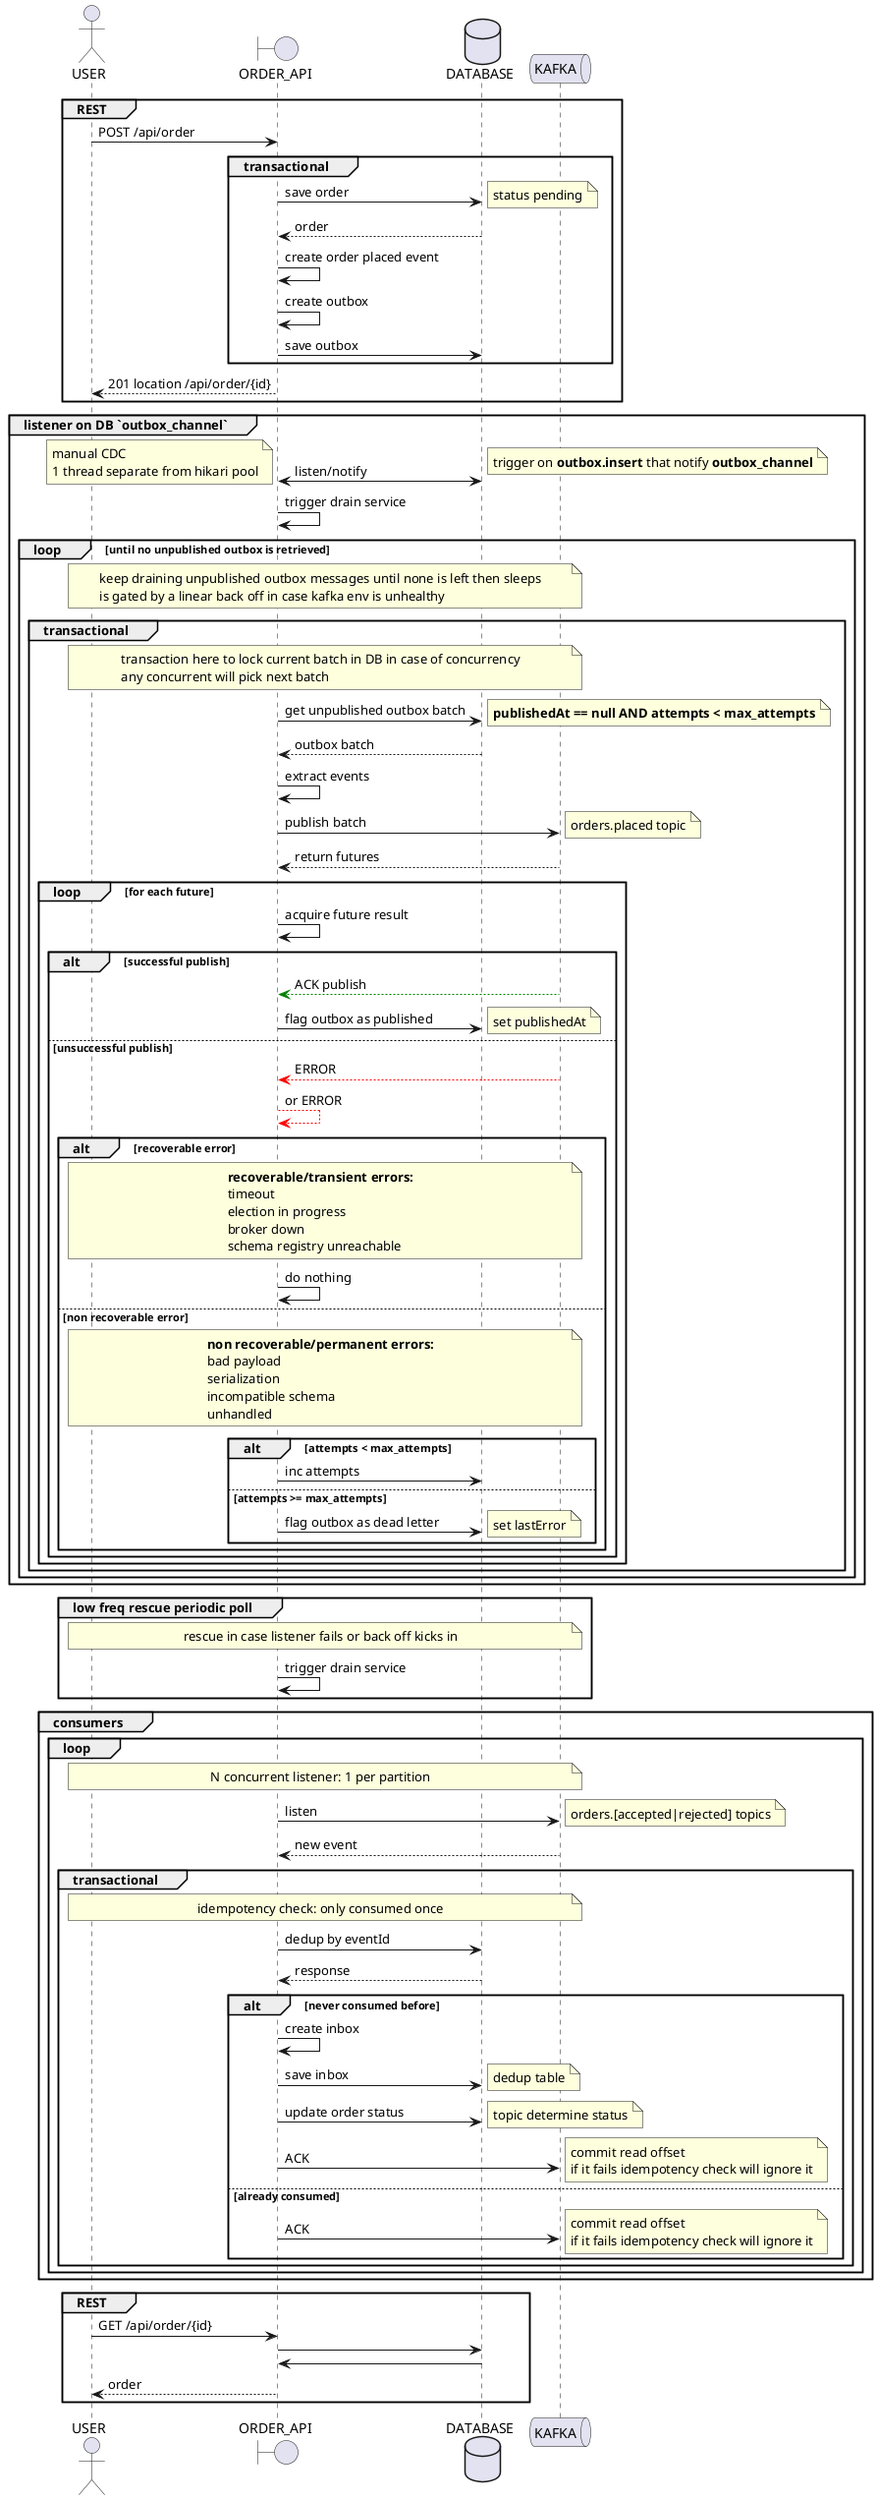
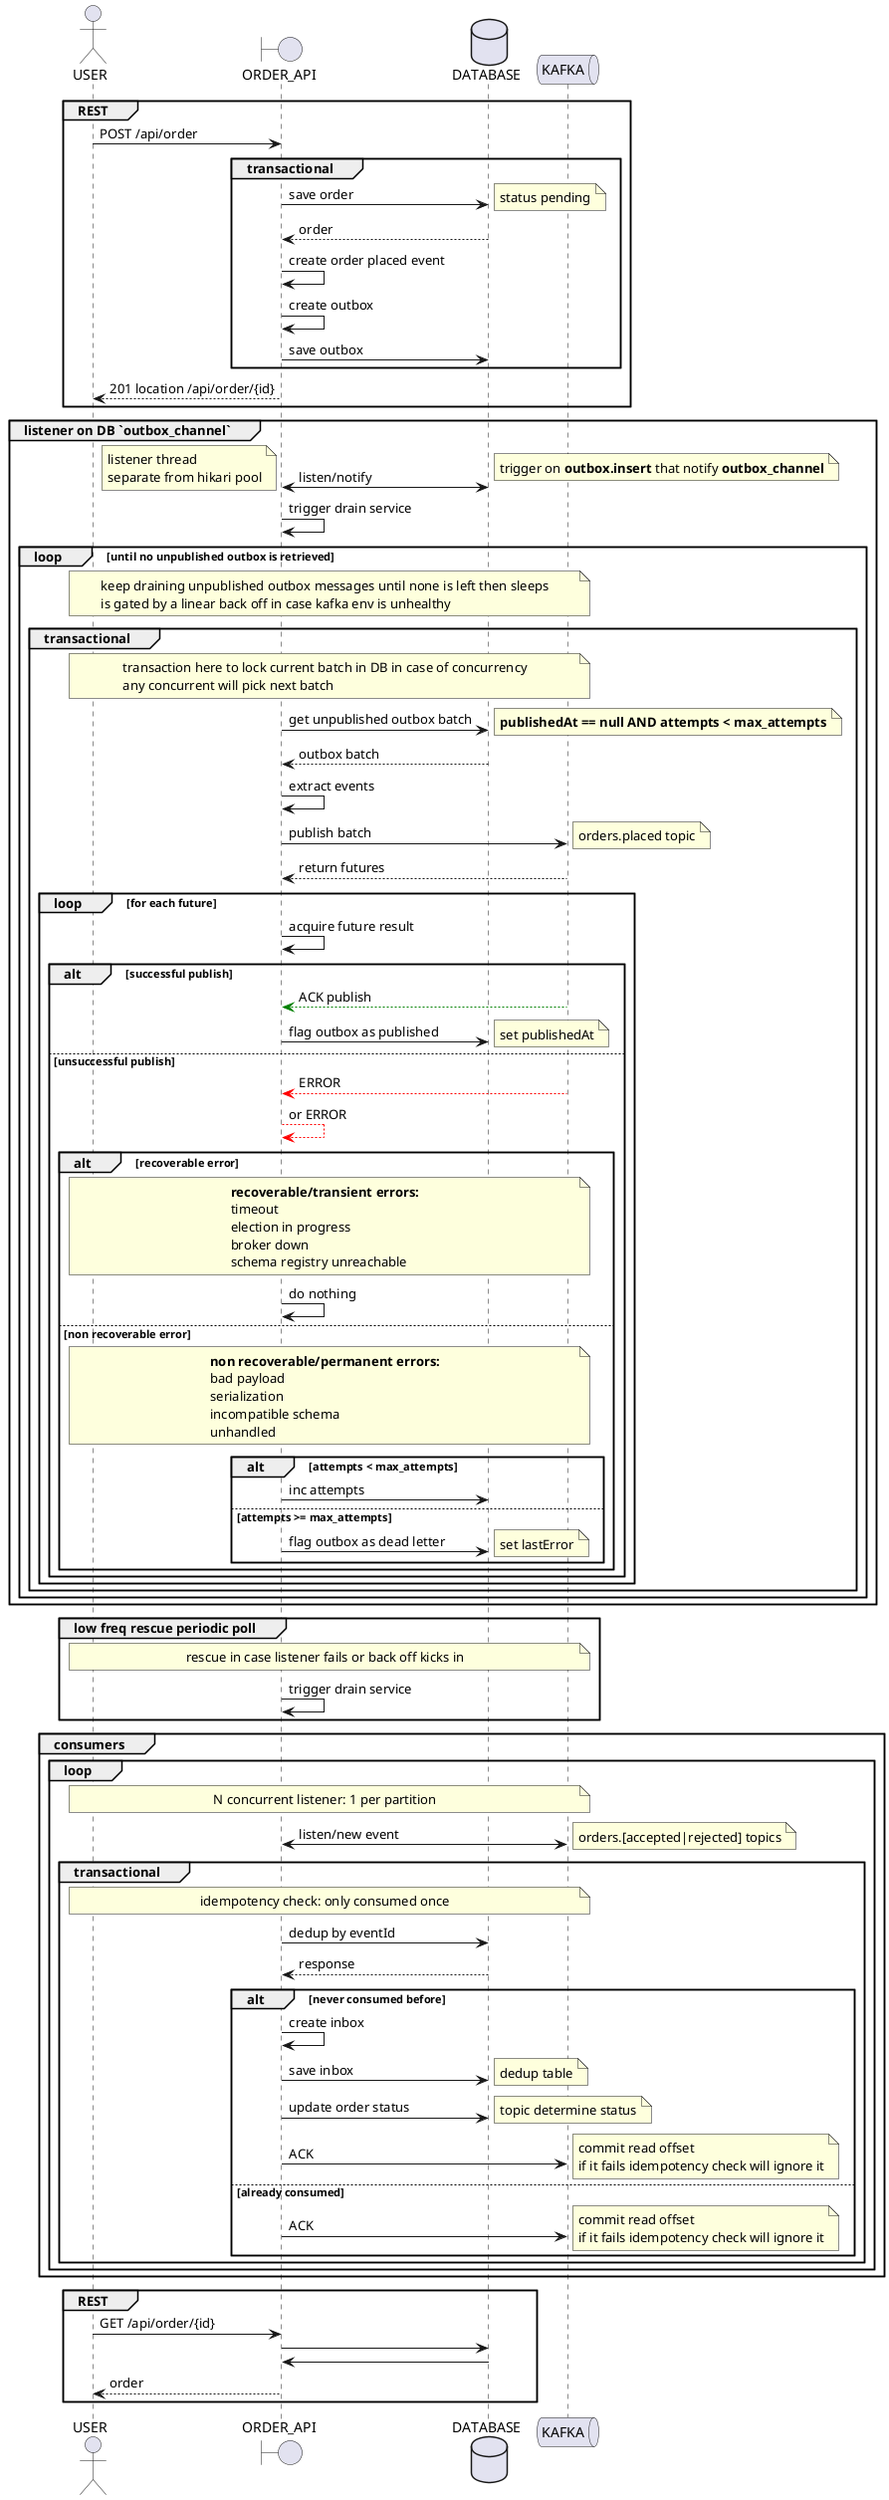
@startuml
actor USER as U
boundary ORDER_API as API
database DATABASE as DB
queue KAFKA as K

group REST
    U -> API: POST /api/order
    group transactional
        API -> DB: save order
        note right: status pending
        DB --> API: order
        API -> API: create order placed event
        API -> API: create outbox
        API -> DB: save outbox
    end
    API --> U: 201 location /api/order/{id}
end

group listener on DB `outbox_channel`
    API <-> DB: listen/notify
-     note left: manual CDC\n1 thread separate from hikari pool
+     note left: listener thread\nseparate from hikari pool
    note right: trigger on **outbox.insert** that notify **outbox_channel**
    API -> API: trigger drain service
    loop until no unpublished outbox is retrieved
        note across: keep draining unpublished outbox messages until none is left then sleeps\nis gated by a linear back off in case kafka env is unhealthy
        group transactional
            note across: transaction here to lock current batch in DB in case of concurrency\nany concurrent will pick next batch
            API -> DB: get unpublished outbox batch
            note right: **publishedAt == null AND attempts < max_attempts**
            DB --> API: outbox batch
            API -> API: extract events
            API -> K: publish batch
            note right: orders.placed topic
            K --> API: return futures
            loop for each future
                API -> API: acquire future result
                alt successful publish
                    K -[#green]-> API: ACK publish
                    API -> DB: flag outbox as published
                    note right: set publishedAt
                else unsuccessful publish
                    K -[#red]-> API: ERROR
                    API -[#red]-> API: or ERROR
                    alt recoverable error
                        note across
                            **recoverable/transient errors:**
                            timeout
                            election in progress
                            broker down
                            schema registry unreachable
                        end note
                        API -> API: do nothing
                    else non recoverable error
                        note across
                            **non recoverable/permanent errors:**
                            bad payload
                            serialization
                            incompatible schema
                            unhandled
                        end note
                        alt attempts < max_attempts
                            API -> DB: inc attempts
                        else attempts >= max_attempts
                            API -> DB: flag outbox as dead letter
                            note right: set lastError
                        end
                    end
                end
            end
        end
    end
end

group low freq rescue periodic poll
    note across: rescue in case listener fails or back off kicks in
    API -> API: trigger drain service
end

group consumers
    loop
        note across: N concurrent listener: 1 per partition
-         API -> K: listen
+         API <-> K: listen/new event
        note right: orders.[accepted|rejected] topics
-         K --> API: new event
        group transactional
            note across: idempotency check: only consumed once
            API -> DB: dedup by eventId
            DB --> API: response
            alt never consumed before
                API -> API: create inbox
                API -> DB: save inbox
                note right: dedup table
                API -> DB: update order status
                note right: topic determine status
                API -> K: ACK
                note right: commit read offset\nif it fails idempotency check will ignore it
            else already consumed
                API -> K: ACK
                note right: commit read offset\nif it fails idempotency check will ignore it
            end
        end
    end
end

group REST
    U -> API: GET /api/order/{id}
    API -> DB
    DB -> API
    API --> U: order
end
@enduml
